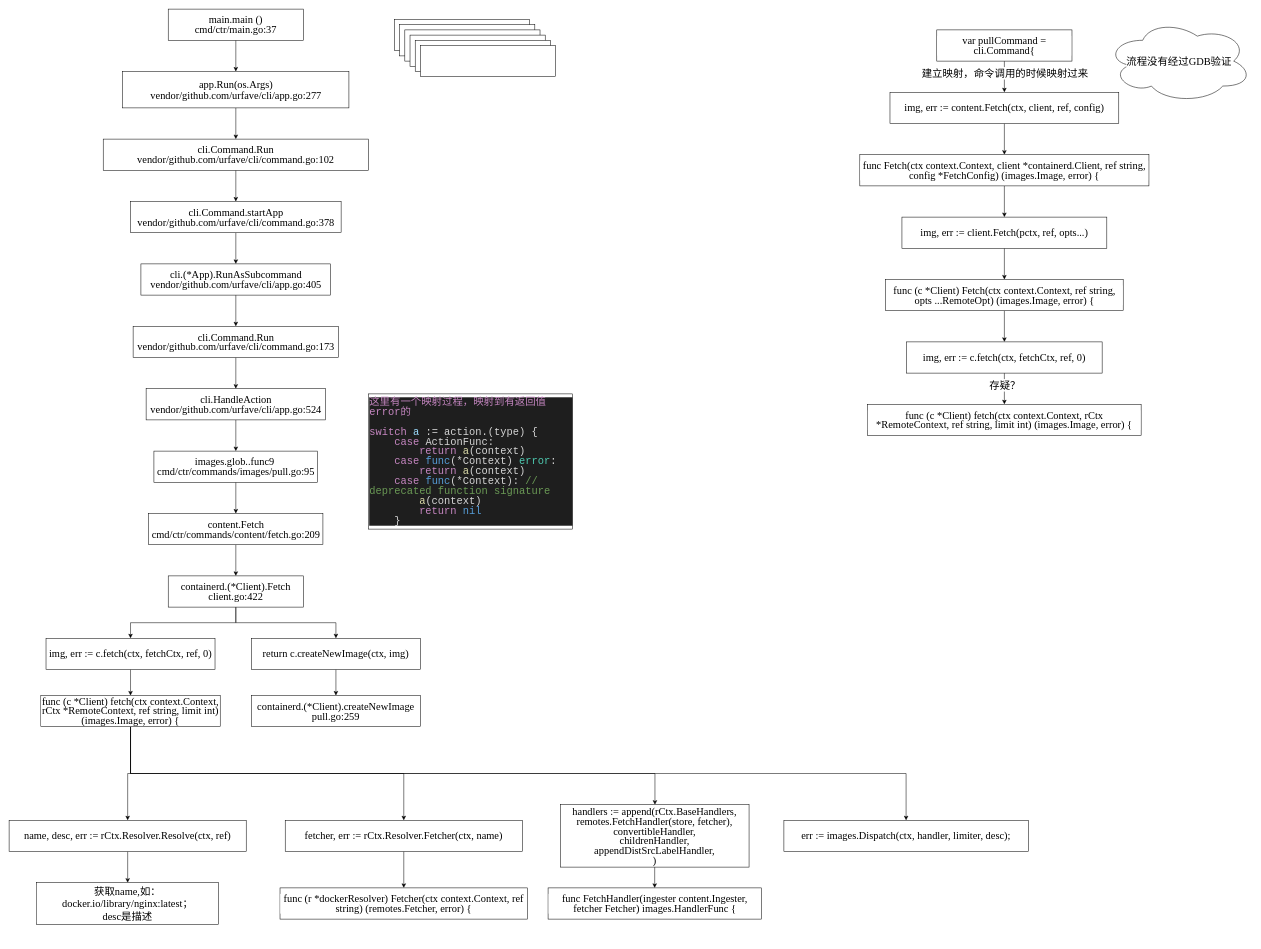
Above: page "containerd" (1 of 4) of Ceph Librbd PWL .drawio in CongMinYin/flow (draw.io), before the change. Source tidied: cells renumbered, new cells numbered last; positions are measured from the earlier drawing's top-left corner, leaving out a move shared by most shapes. Both pictures are drawn from the tidied source at 52%, with x=0, y=0 at pixel (9, 9).
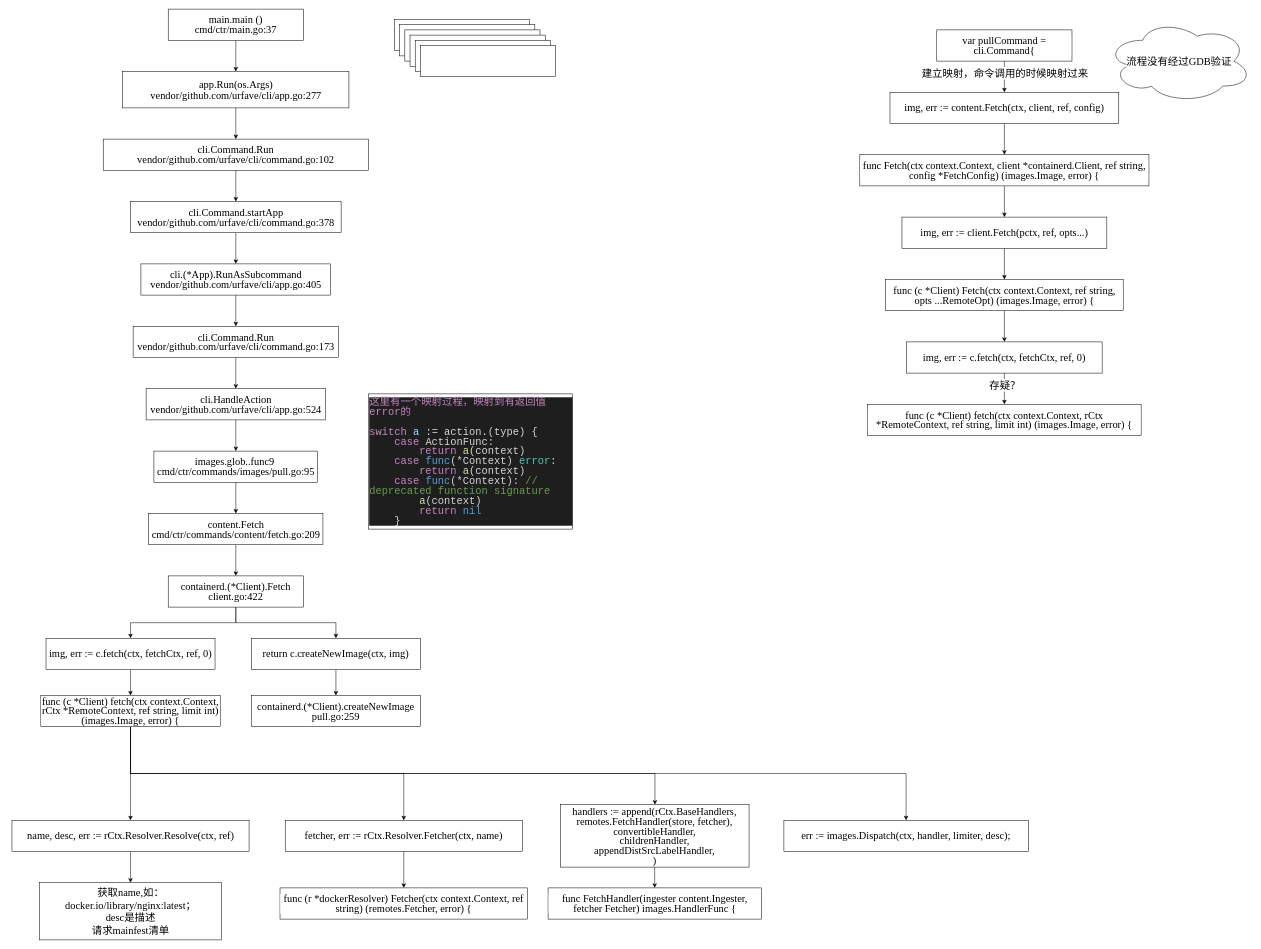
The same page after the edit.

Change to the diagram source:
```diff
@@
     <mxCell id="29" value="&lt;div style=&quot;line-height: 19px; font-size: 20px;&quot;&gt;&lt;font style=&quot;font-size: 20px;&quot;&gt;&lt;span style=&quot;font-size: 20px;&quot;&gt;name, desc, err := rCtx.Resolver.Resolve(ctx, ref)&lt;/span&gt;&lt;/font&gt;&lt;br style=&quot;font-size: 20px;&quot;&gt;&lt;/div&gt;" style="rounded=0;whiteSpace=wrap;html=1;labelBackgroundColor=default;fontColor=#000000;fontFamily=Times New Roman;fontSize=20;" parent="1" vertex="1">
-      <mxGeometry y="1560" width="456" height="60" as="geometry" />
+      <mxGeometry x="5.5" y="1560" width="456" height="60" as="geometry" />
     </mxCell>
-    <mxCell id="30" value="&lt;div style=&quot;line-height: 19px; font-size: 20px;&quot;&gt;&lt;/div&gt;&lt;font style=&quot;font-size: 20px;&quot;&gt;&lt;span style=&quot;font-size: 20px;&quot;&gt;获取name,如：docker.io/library/nginx:latest；&lt;br style=&quot;font-size: 20px;&quot;&gt;desc是描述&lt;br style=&quot;font-size: 20px;&quot;&gt;&lt;/span&gt;&lt;/font&gt;" style="rounded=0;whiteSpace=wrap;html=1;labelBackgroundColor=default;fontColor=#000000;fontFamily=Times New Roman;fontSize=20;" parent="1" vertex="1">
-      <mxGeometry x="53" y="1680" width="350" height="80" as="geometry" />
+    <mxCell id="30" value="&lt;div style=&quot;line-height: 19px; font-size: 20px;&quot;&gt;&lt;/div&gt;&lt;font style=&quot;font-size: 20px;&quot;&gt;&lt;span style=&quot;font-size: 20px;&quot;&gt;获取name,如：docker.io/library/nginx:latest；&lt;br style=&quot;font-size: 20px;&quot;&gt;desc是描述&lt;br&gt;请求mainfest清单&lt;br style=&quot;font-size: 20px;&quot;&gt;&lt;/span&gt;&lt;/font&gt;" style="rounded=0;whiteSpace=wrap;html=1;labelBackgroundColor=default;fontColor=#000000;fontFamily=Times New Roman;fontSize=20;" parent="1" vertex="1">
+      <mxGeometry x="58.5" y="1680" width="350" height="110" as="geometry" />
     </mxCell>
```
